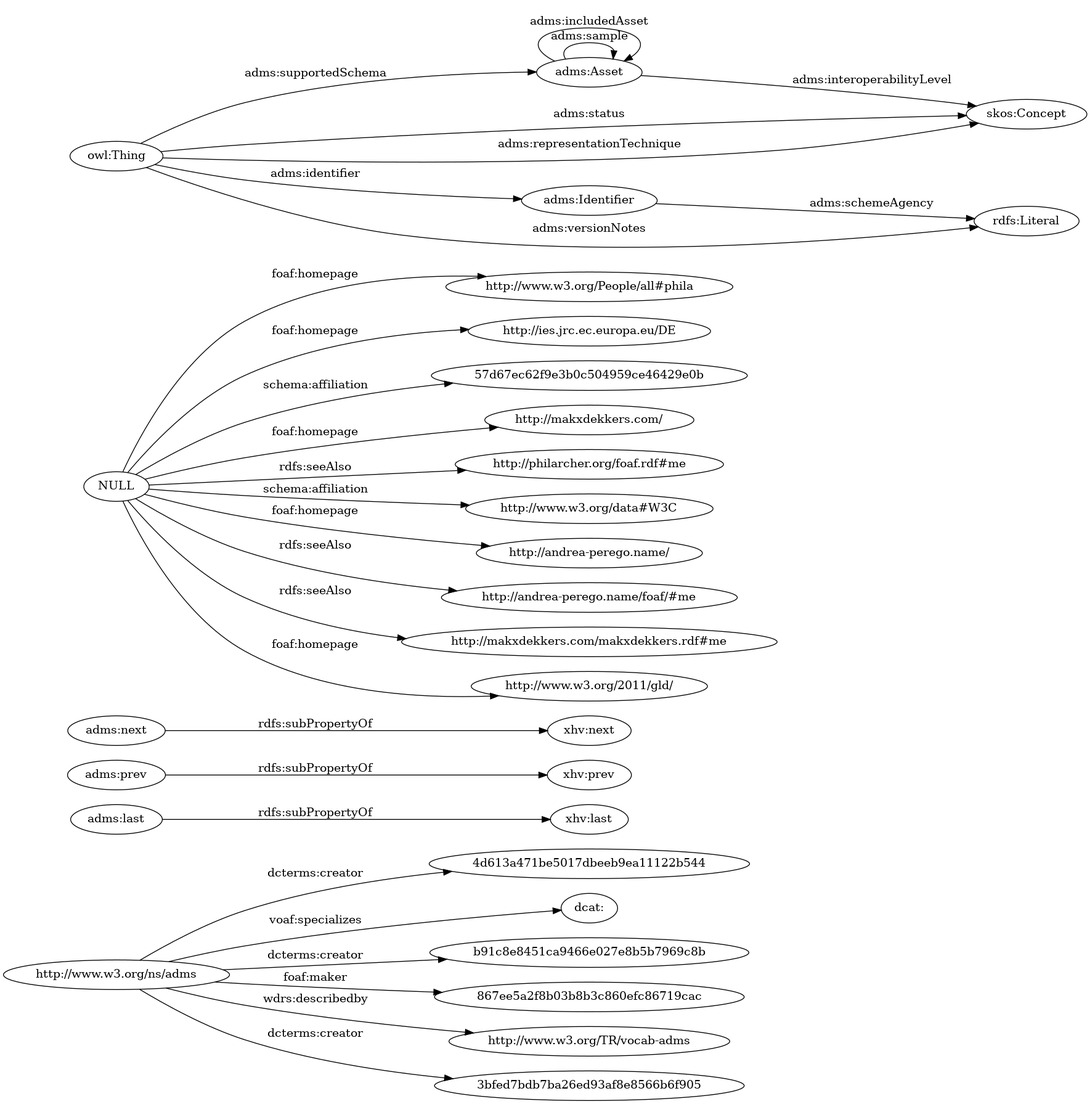
The Graphviz diagram OnToology/Top_in_lov/adms.rdf/diagrams/ar2dtool-class/adms.rdf.png in ahmad88me/ontologies_collection, before a commit. Its source is kept beside it as OnToology/Top_in_lov/adms.rdf/diagrams/ar2dtool-class/adms.rdf.png.dot.
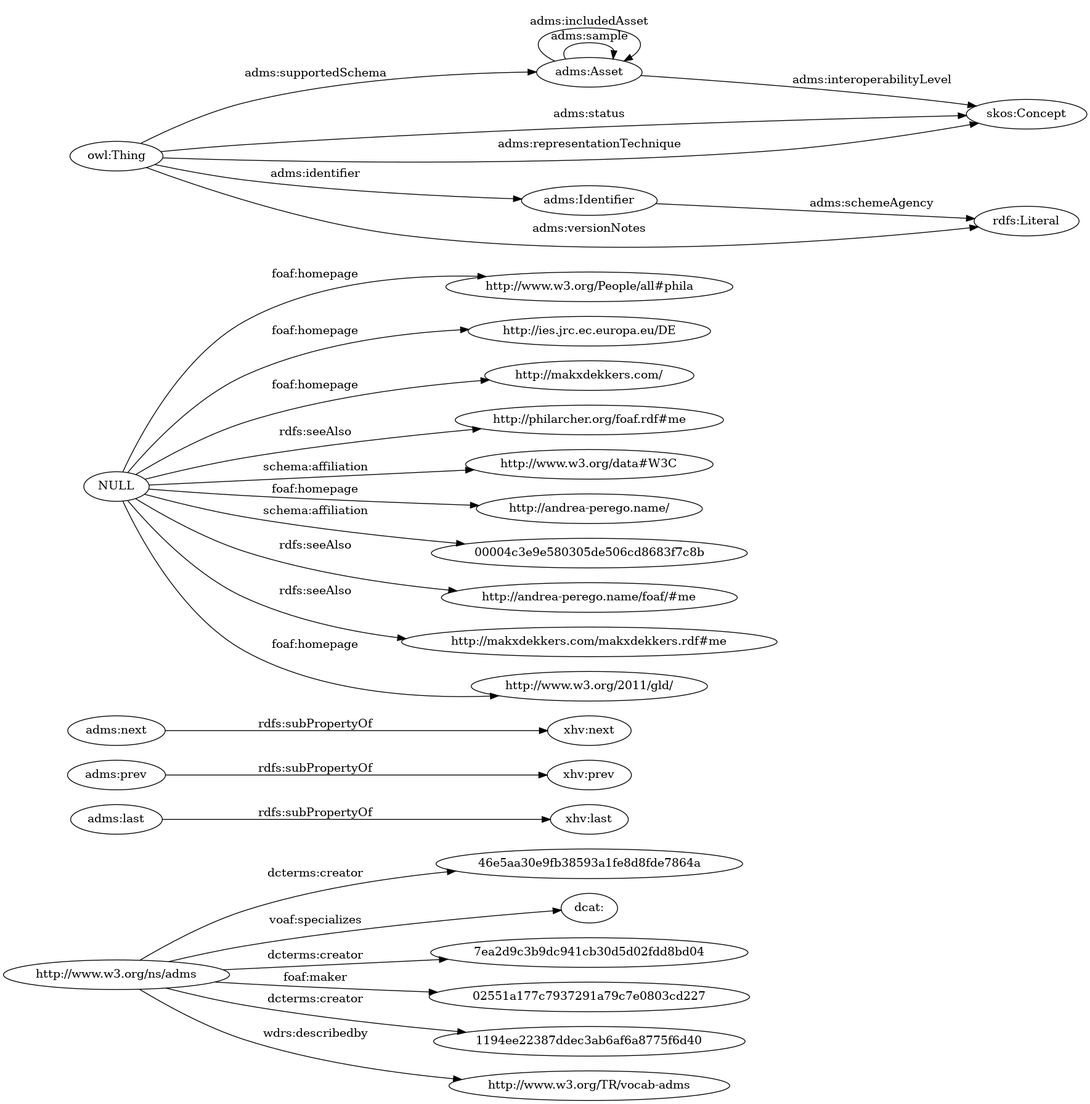
The same diagram one commit later.

What changed in the source:
```diff
@@ -1,22 +1,22 @@
 digraph ar2dtool_diagram {
 rankdir=LR;
 size="1501"
-	"http://www.w3.org/ns/adms" -> "4d613a471be5017dbeeb9ea11122b544" [ label = "dcterms:creator" ];
+	"http://www.w3.org/ns/adms" -> "46e5aa30e9fb38593a1fe8d8fde7864a" [ label = "dcterms:creator" ];
 	"http://www.w3.org/ns/adms" -> "dcat:" [ label = "voaf:specializes" ];
-	"http://www.w3.org/ns/adms" -> "b91c8e8451ca9466e027e8b5b7969c8b" [ label = "dcterms:creator" ];
-	"http://www.w3.org/ns/adms" -> "867ee5a2f8b03b8b3c860efc86719cac" [ label = "foaf:maker" ];
+	"http://www.w3.org/ns/adms" -> "7ea2d9c3b9dc941cb30d5d02fdd8bd04" [ label = "dcterms:creator" ];
+	"http://www.w3.org/ns/adms" -> "02551a177c7937291a79c7e0803cd227" [ label = "foaf:maker" ];
+	"http://www.w3.org/ns/adms" -> "1194ee22387ddec3ab6af6a8775f6d40" [ label = "dcterms:creator" ];
 	"http://www.w3.org/ns/adms" -> "http://www.w3.org/TR/vocab-adms" [ label = "wdrs:describedby" ];
-	"http://www.w3.org/ns/adms" -> "3bfed7bdb7ba26ed93af8e8566b6f905" [ label = "dcterms:creator" ];
 	"adms:last" -> "xhv:last" [ label = "rdfs:subPropertyOf" ];
 	"adms:prev" -> "xhv:prev" [ label = "rdfs:subPropertyOf" ];
 	"adms:next" -> "xhv:next" [ label = "rdfs:subPropertyOf" ];
 	"NULL" -> "http://www.w3.org/People/all#phila" [ label = "foaf:homepage" ];
 	"NULL" -> "http://ies.jrc.ec.europa.eu/DE" [ label = "foaf:homepage" ];
-	"NULL" -> "57d67ec62f9e3b0c504959ce46429e0b" [ label = "schema:affiliation" ];
 	"NULL" -> "http://makxdekkers.com/" [ label = "foaf:homepage" ];
 	"NULL" -> "http://philarcher.org/foaf.rdf#me" [ label = "rdfs:seeAlso" ];
 	"NULL" -> "http://www.w3.org/data#W3C" [ label = "schema:affiliation" ];
 	"NULL" -> "http://andrea-perego.name/" [ label = "foaf:homepage" ];
+	"NULL" -> "00004c3e9e580305de506cd8683f7c8b" [ label = "schema:affiliation" ];
 	"NULL" -> "http://andrea-perego.name/foaf/#me" [ label = "rdfs:seeAlso" ];
 	"NULL" -> "http://makxdekkers.com/makxdekkers.rdf#me" [ label = "rdfs:seeAlso" ];
 	"NULL" -> "http://www.w3.org/2011/gld/" [ label = "foaf:homepage" ];
```
